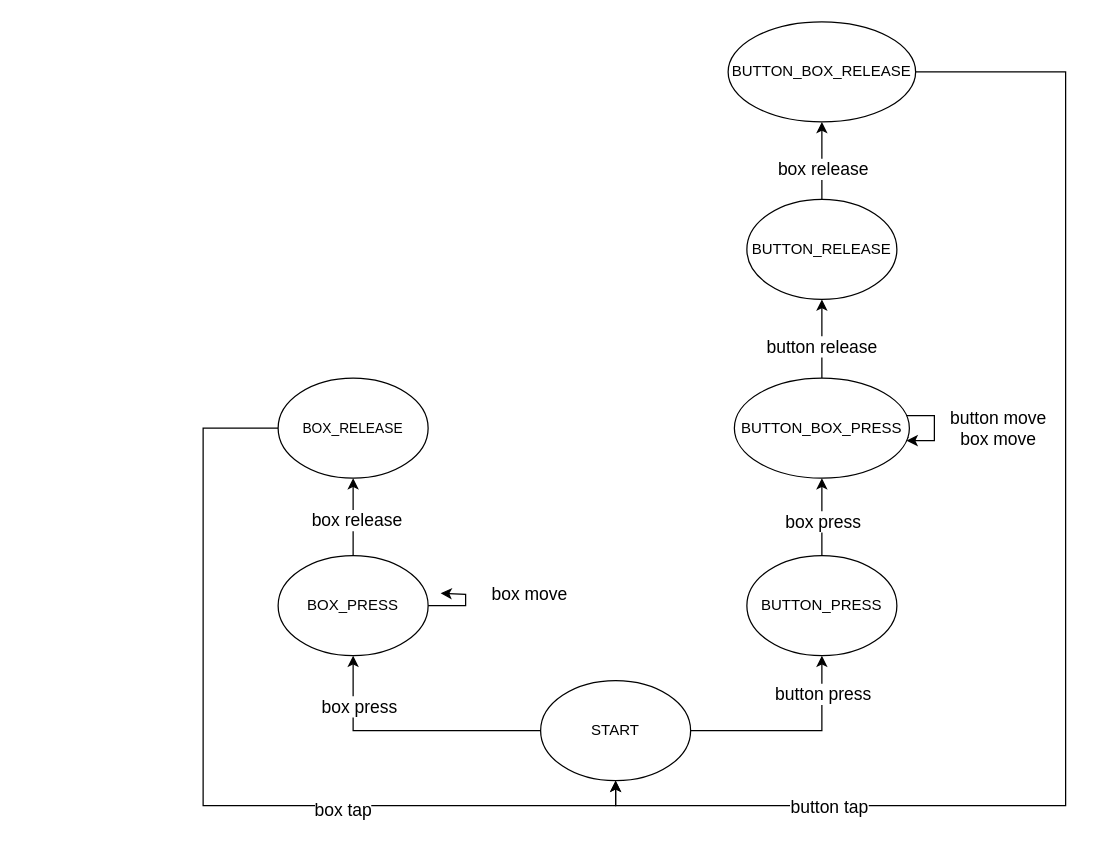
Earlier version of the draw.io diagram page "states-1" (1 of 4) of doc/screen.drawio (kushnertodd/android-adaptive-ui). Source tidied: cells renumbered, new cells numbered last; positions are measured from the earlier drawing's top-left corner, leaving out a move shared by most shapes. Both pictures are drawn from the tidied source at 125%, with x=0, y=0 at pixel (202, 21).
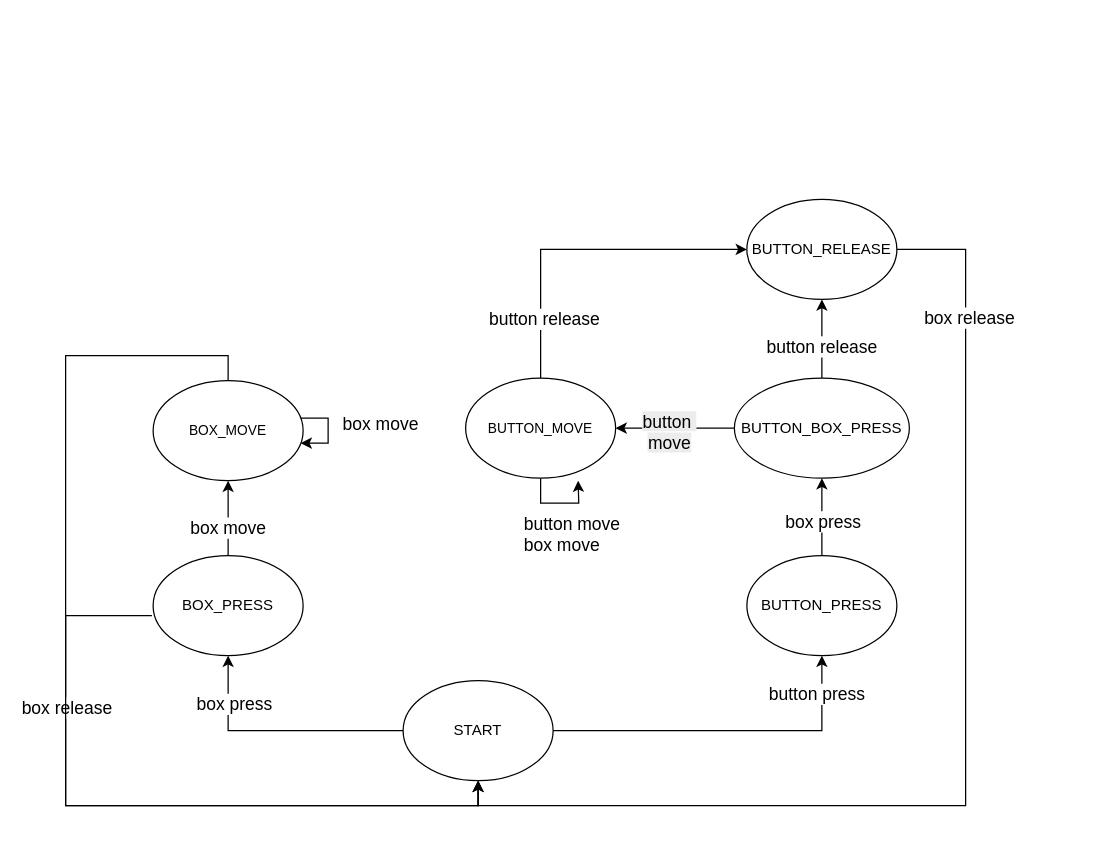
The same page after the edit.

Commit message (it also covers changes not shown here):
added box, button move states

The change refers to these unchanged cells:
```xml
<mxCell id="2" style="edgeStyle=orthogonalEdgeStyle;rounded=0;jettySize=auto;html=1;" parent="1" edge="1" source="6" target="9">
  <mxGeometry relative="1" as="geometry" />
</mxCell>
<mxCell id="12" value="&lt;span style=&quot;text-align: left;&quot;&gt;BUTTON_RELEASE&lt;/span&gt;" style="ellipse;whiteSpace=wrap;html=1;" parent="1" vertex="1">
  <mxGeometry x="435" y="142" width="120" height="80" as="geometry" />
</mxCell>
<mxCell id="21" value="&lt;font style=&quot;font-size: 12px;&quot;&gt;&lt;span style=&quot;text-align: left;&quot;&gt;&lt;font style=&quot;&quot;&gt;BUTTON_&lt;/font&gt;&lt;/span&gt;&lt;span style=&quot;text-align: left;&quot;&gt;BOX_&lt;/span&gt;&lt;span style=&quot;text-align: left;&quot;&gt;&lt;font style=&quot;&quot;&gt;PRESS&lt;/font&gt;&lt;/span&gt;&lt;/font&gt;" style="ellipse;whiteSpace=wrap;html=1;" parent="1" vertex="1">
  <mxGeometry x="425" y="285" width="140" height="80" as="geometry" />
</mxCell>
```

Diff of the diagram source:
```diff
@@
     <mxCell id="3" value="&lt;font style=&quot;font-size: 14px;&quot;&gt;button press&lt;/font&gt;" style="edgeLabel;html=1;align=center;verticalAlign=middle;" parent="2" vertex="1">
       <mxGeometry x="0.44" relative="1" as="geometry">
-        <mxPoint y="-16" as="offset" />
+        <mxPoint x="12" y="-30" as="offset" />
       </mxGeometry>
     </mxCell>
@@
     <mxCell id="6" value="&lt;span style=&quot;text-align: left;&quot;&gt;START&lt;/span&gt;" style="ellipse;whiteSpace=wrap;html=1;" parent="1" vertex="1">
-      <mxGeometry x="270" y="527" width="120" height="80" as="geometry" />
+      <mxGeometry x="160" y="527" width="120" height="80" as="geometry" />
     </mxCell>
@@
-    <mxCell id="10" style="edgeStyle=orthogonalEdgeStyle;rounded=0;jettySize=auto;html=1;" parent="1" edge="1" source="12" target="27">
-      <mxGeometry relative="1" as="geometry" />
-    </mxCell>
-    <mxCell id="11" value="&lt;span style=&quot;font-size: 14px;&quot;&gt;box release&lt;/span&gt;" style="edgeLabel;html=1;align=center;verticalAlign=middle;" parent="10" vertex="1">
-      <mxGeometry x="-0.32" y="1" relative="1" as="geometry">
-        <mxPoint x="1" y="-4" as="offset" />
-      </mxGeometry>
-    </mxCell>
@@
-    <mxCell id="13" style="edgeStyle=orthogonalEdgeStyle;rounded=0;jettySize=auto;html=1;" parent="1" edge="1" source="17" target="24">
-      <mxGeometry relative="1" as="geometry" />
-    </mxCell>
-    <mxCell id="14" value="&lt;span style=&quot;font-size: 14px;&quot;&gt;box&amp;nbsp;&lt;/span&gt;&lt;span style=&quot;font-size: 14px;&quot;&gt;release&lt;/span&gt;" style="edgeLabel;html=1;align=center;verticalAlign=middle;" parent="13" vertex="1">
-      <mxGeometry x="-0.07" y="-2" relative="1" as="geometry" />
-    </mxCell>
-    <mxCell id="15" style="edgeStyle=orthogonalEdgeStyle;rounded=0;jettySize=auto;html=1;" parent="1" edge="1" source="17">
-      <mxGeometry relative="1" as="geometry">
-        <mxPoint x="190" y="457" as="targetPoint" />
-        <Array as="points">
-          <mxPoint x="210" y="467" />
-          <mxPoint x="210" y="458" />
-          <mxPoint x="190" y="458" />
-        </Array>
-      </mxGeometry>
-    </mxCell>
+    <mxCell id="30" style="edgeStyle=orthogonalEdgeStyle;rounded=0;jettySize=auto;html=1;" parent="1" edge="1" source="17" target="34">
+      <mxGeometry relative="1" as="geometry" />
+    </mxCell>
-    <mxCell id="16" value="&lt;span style=&quot;font-size: 14px;&quot;&gt;box move&lt;/span&gt;" style="edgeLabel;html=1;align=center;verticalAlign=middle;" parent="15" vertex="1">
-      <mxGeometry x="-0.03" relative="1" as="geometry">
-        <mxPoint x="51" y="-10" as="offset" />
-      </mxGeometry>
+    <mxCell id="16" value="&lt;span style=&quot;font-size: 14px;&quot;&gt;box move&lt;/span&gt;" style="edgeLabel;html=1;align=center;verticalAlign=middle;" parent="30" vertex="1">
+      <mxGeometry x="-0.25" y="1" relative="1" as="geometry" />
     </mxCell>
     <mxCell id="17" value="&lt;span style=&quot;text-align: left;&quot;&gt;BOX_PRESS&lt;/span&gt;" style="ellipse;whiteSpace=wrap;html=1;" parent="1" vertex="1">
-      <mxGeometry x="60" y="427" width="120" height="80" as="geometry" />
+      <mxGeometry x="-40" y="427" width="120" height="80" as="geometry" />
     </mxCell>
@@
+    <mxCell id="31" style="edgeStyle=orthogonalEdgeStyle;rounded=0;jettySize=auto;html=1;entryX=1;entryY=0.5;entryDx=0;entryDy=0;" parent="1" edge="1" source="21" target="40">
+      <mxGeometry relative="1" as="geometry" />
+    </mxCell>
+    <mxCell id="32" value="&lt;span style=&quot;font-size: 14px; background-color: rgb(236, 236, 236);&quot;&gt;button&amp;nbsp;&lt;/span&gt;&lt;div&gt;&lt;span style=&quot;font-size: 14px; background-color: rgb(236, 236, 236);&quot;&gt;move&lt;/span&gt;&lt;/div&gt;" style="edgeLabel;html=1;align=center;verticalAlign=middle;" parent="31" vertex="1">
+      <mxGeometry x="0.12" y="2" relative="1" as="geometry" />
+    </mxCell>
@@
-    <mxCell id="22" style="edgeStyle=orthogonalEdgeStyle;rounded=0;jettySize=auto;html=1;entryX=0.5;entryY=1;entryDx=0;entryDy=0;" parent="1" edge="1" source="24" target="6">
+    <mxCell id="22" style="edgeStyle=orthogonalEdgeStyle;rounded=0;jettySize=auto;html=1;entryX=0.5;entryY=1;entryDx=0;entryDy=0;exitX=-0.008;exitY=0.6;exitDx=0;exitDy=0;exitPerimeter=0;" parent="1" edge="1" source="17" target="6">
       <mxGeometry relative="1" as="geometry">
         <Array as="points">
-          <mxPoint y="325" />
-          <mxPoint y="627" />
-          <mxPoint x="330" y="627" />
+          <mxPoint x="-110" y="475" />
+          <mxPoint x="-110" y="627" />
+          <mxPoint x="220" y="627" />
         </Array>
       </mxGeometry>
     </mxCell>
-    <mxCell id="23" value="&lt;font style=&quot;font-size: 14px;&quot;&gt;box tap&lt;/font&gt;" style="edgeLabel;html=1;align=center;verticalAlign=middle;" parent="22" vertex="1">
-      <mxGeometry x="0.33" y="-3" relative="1" as="geometry" />
-    </mxCell>
-    <mxCell id="24" value="&lt;span style=&quot;text-align: left;&quot;&gt;&lt;font style=&quot;font-size: 11px;&quot;&gt;BOX_RELEASE&lt;/font&gt;&lt;/span&gt;" style="ellipse;whiteSpace=wrap;html=1;" parent="1" vertex="1">
-      <mxGeometry x="60" y="285" width="120" height="80" as="geometry" />
-    </mxCell>
+    <mxCell id="14" value="&lt;span style=&quot;font-size: 14px;&quot;&gt;box&amp;nbsp;&lt;/span&gt;&lt;span style=&quot;font-size: 14px;&quot;&gt;release&lt;/span&gt;" style="edgeLabel;html=1;align=center;verticalAlign=middle;" parent="22" vertex="1">
+      <mxGeometry x="-0.5" relative="1" as="geometry" />
+    </mxCell>
-    <mxCell id="25" style="edgeStyle=orthogonalEdgeStyle;rounded=0;jettySize=auto;html=1;entryX=0.5;entryY=1;entryDx=0;entryDy=0;exitX=1;exitY=0.5;exitDx=0;exitDy=0;" parent="1" edge="1" source="27" target="6">
+    <mxCell id="25" style="edgeStyle=orthogonalEdgeStyle;rounded=0;jettySize=auto;html=1;entryX=0.5;entryY=1;entryDx=0;entryDy=0;exitX=1;exitY=0.5;exitDx=0;exitDy=0;" parent="1" edge="1" source="12" target="6">
       <mxGeometry relative="1" as="geometry">
         <Array as="points">
-          <mxPoint x="690" y="40" />
-          <mxPoint x="690" y="627" />
-          <mxPoint x="330" y="627" />
+          <mxPoint x="610" y="182" />
+          <mxPoint x="610" y="627" />
+          <mxPoint x="220" y="627" />
         </Array>
       </mxGeometry>
     </mxCell>
-    <mxCell id="26" value="&lt;font style=&quot;font-size: 14px;&quot;&gt;button tap&lt;/font&gt;" style="edgeLabel;html=1;align=center;verticalAlign=middle;" parent="25" vertex="1">
-      <mxGeometry x="0.65" relative="1" as="geometry" />
-    </mxCell>
-    <mxCell id="27" value="&lt;font style=&quot;font-size: 12px;&quot;&gt;&lt;span style=&quot;text-align: left;&quot;&gt;&lt;font style=&quot;&quot;&gt;BUTTON_&lt;/font&gt;&lt;/span&gt;&lt;span style=&quot;text-align: left;&quot;&gt;BOX_&lt;/span&gt;&lt;span style=&quot;text-align: left;&quot;&gt;&lt;font style=&quot;&quot;&gt;RELEASE&lt;/font&gt;&lt;/span&gt;&lt;/font&gt;" style="ellipse;whiteSpace=wrap;html=1;" parent="1" vertex="1">
-      <mxGeometry x="420" width="150" height="80" as="geometry" />
-    </mxCell>
-    <mxCell id="28" style="edgeStyle=orthogonalEdgeStyle;rounded=0;orthogonalLoop=1;jettySize=auto;html=1;" parent="1" edge="1" source="21" target="21">
-      <mxGeometry relative="1" as="geometry" />
-    </mxCell>
+    <mxCell id="11" value="&lt;span style=&quot;font-size: 14px;&quot;&gt;box release&lt;/span&gt;" style="edgeLabel;html=1;align=center;verticalAlign=middle;" parent="25" vertex="1">
+      <mxGeometry x="-0.76" y="2" relative="1" as="geometry" />
+    </mxCell>
+    <mxCell id="33" style="edgeStyle=orthogonalEdgeStyle;rounded=0;jettySize=auto;html=1;exitX=0.5;exitY=0;exitDx=0;exitDy=0;entryX=0.5;entryY=1;entryDx=0;entryDy=0;" parent="1" edge="1" source="34" target="6">
+      <mxGeometry relative="1" as="geometry">
+        <Array as="points">
+          <mxPoint x="20" y="267" />
+          <mxPoint x="-110" y="267" />
+          <mxPoint x="-110" y="627" />
+          <mxPoint x="220" y="627" />
+        </Array>
+      </mxGeometry>
+    </mxCell>
+    <mxCell id="34" value="&lt;span style=&quot;text-align: left;&quot;&gt;&lt;font style=&quot;font-size: 11px;&quot;&gt;BOX_MOVE&lt;/font&gt;&lt;/span&gt;" style="ellipse;whiteSpace=wrap;html=1;" parent="1" vertex="1">
+      <mxGeometry x="-40" y="287" width="120" height="80" as="geometry" />
+    </mxCell>
+    <mxCell id="35" style="edgeStyle=orthogonalEdgeStyle;rounded=0;orthogonalLoop=1;jettySize=auto;html=1;" parent="1" edge="1" source="34" target="34">
+      <mxGeometry relative="1" as="geometry" />
+    </mxCell>
+    <mxCell id="36" value="&lt;span style=&quot;color: rgb(0, 0, 0); font-family: Helvetica; font-size: 14px; font-style: normal; font-variant-ligatures: normal; font-variant-caps: normal; font-weight: 400; letter-spacing: normal; orphans: 2; text-align: center; text-indent: 0px; text-transform: none; widows: 2; word-spacing: 0px; -webkit-text-stroke-width: 0px; white-space: nowrap; background-color: rgb(255, 255, 255); text-decoration-thickness: initial; text-decoration-style: initial; text-decoration-color: initial; display: inline !important; float: none;&quot;&gt;box move&lt;/span&gt;" style="text;whiteSpace=wrap;html=1;" parent="1" vertex="1">
+      <mxGeometry x="110" y="307" width="90" height="40" as="geometry" />
+    </mxCell>
-    <mxCell id="29" value="&lt;span style=&quot;font-size: 14px;&quot;&gt;button move&lt;/span&gt;&lt;br style=&quot;font-size: 14px;&quot;&gt;&lt;span style=&quot;font-size: 14px;&quot;&gt;box move&lt;/span&gt;" style="edgeLabel;html=1;align=center;verticalAlign=middle;" parent="28" vertex="1">
-      <mxGeometry x="0.19" y="-2" relative="1" as="geometry">
-        <mxPoint x="52" y="-6" as="offset" />
-      </mxGeometry>
+    <mxCell id="29" value="&lt;span style=&quot;forced-color-adjust: none; color: rgb(0, 0, 0); font-family: Helvetica; font-style: normal; font-variant-ligatures: normal; font-variant-caps: normal; font-weight: 400; letter-spacing: normal; orphans: 2; text-align: center; text-indent: 0px; text-transform: none; widows: 2; word-spacing: 0px; -webkit-text-stroke-width: 0px; white-space: nowrap; text-decoration-thickness: initial; text-decoration-style: initial; text-decoration-color: initial; font-size: 14px;&quot;&gt;button move&lt;/span&gt;&lt;br style=&quot;forced-color-adjust: none; color: rgb(0, 0, 0); font-family: Helvetica; font-style: normal; font-variant-ligatures: normal; font-variant-caps: normal; font-weight: 400; letter-spacing: normal; orphans: 2; text-align: center; text-indent: 0px; text-transform: none; widows: 2; word-spacing: 0px; -webkit-text-stroke-width: 0px; white-space: nowrap; text-decoration-thickness: initial; text-decoration-style: initial; text-decoration-color: initial; font-size: 14px;&quot;&gt;&lt;span style=&quot;forced-color-adjust: none; color: rgb(0, 0, 0); font-family: Helvetica; font-style: normal; font-variant-ligatures: normal; font-variant-caps: normal; font-weight: 400; letter-spacing: normal; orphans: 2; text-align: center; text-indent: 0px; text-transform: none; widows: 2; word-spacing: 0px; -webkit-text-stroke-width: 0px; white-space: nowrap; text-decoration-thickness: initial; text-decoration-style: initial; text-decoration-color: initial; font-size: 14px;&quot;&gt;box move&lt;/span&gt;" style="text;whiteSpace=wrap;html=1;" parent="1" vertex="1">
+      <mxGeometry x="255" y="387" width="80" height="40" as="geometry" />
     </mxCell>
+    <mxCell id="37" style="edgeStyle=orthogonalEdgeStyle;rounded=0;jettySize=auto;html=1;exitX=0.5;exitY=0;exitDx=0;exitDy=0;entryX=0;entryY=0.5;entryDx=0;entryDy=0;" parent="1" edge="1" source="40" target="12">
+      <mxGeometry relative="1" as="geometry" />
+    </mxCell>
+    <mxCell id="38" value="&lt;span style=&quot;font-size: 14px;&quot;&gt;button release&lt;/span&gt;" style="edgeLabel;html=1;align=center;verticalAlign=middle;" parent="37" vertex="1">
+      <mxGeometry x="-0.64" y="-2" relative="1" as="geometry" />
+    </mxCell>
+    <mxCell id="39" style="edgeStyle=orthogonalEdgeStyle;rounded=0;jettySize=auto;html=1;" parent="1" edge="1" source="40">
+      <mxGeometry relative="1" as="geometry">
+        <mxPoint x="300" y="367" as="targetPoint" />
+      </mxGeometry>
+    </mxCell>
+    <mxCell id="40" value="&lt;span style=&quot;text-align: left;&quot;&gt;&lt;font style=&quot;font-size: 11px;&quot;&gt;BUTTON_MOVE&lt;/font&gt;&lt;/span&gt;" style="ellipse;whiteSpace=wrap;html=1;" parent="1" vertex="1">
+      <mxGeometry x="210" y="285" width="120" height="80" as="geometry" />
+    </mxCell>
```
